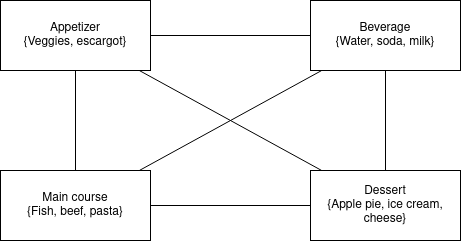
Earlier version of the draw.io export tugascsp.drawio.png (borednuna/College). Source tidied: cells renumbered, new cells last; positions are measured from the earlier drawing's top-left corner, leaving out a move shared by most shapes. Its diagram source:
```xml
<mxGraphModel>
  <root>
    <mxCell id="0" />
    <mxCell id="1" parent="0" />
    <mxCell id="2" value="&lt;div&gt;Appetizer&lt;/div&gt;&lt;div&gt;{Veggies, escargot}&lt;br&gt;&lt;/div&gt;" style="rounded=0;whiteSpace=wrap;html=1;" parent="1" vertex="1">
      <mxGeometry width="150" height="70" as="geometry" />
    </mxCell>
    <mxCell id="3" value="&lt;div&gt;Beverage&lt;/div&gt;&lt;div&gt;{Water, soda, milk}&lt;br&gt;&lt;/div&gt;" style="rounded=0;whiteSpace=wrap;html=1;" parent="1" vertex="1">
      <mxGeometry x="310" width="150" height="70" as="geometry" />
    </mxCell>
    <mxCell id="4" value="&lt;div&gt;Main course&lt;/div&gt;&lt;div&gt;{Fish, beef, pasta}&lt;br&gt;&lt;/div&gt;" style="rounded=0;whiteSpace=wrap;html=1;" parent="1" vertex="1">
      <mxGeometry y="170" width="150" height="70" as="geometry" />
    </mxCell>
    <mxCell id="5" value="&lt;div&gt;Dessert&lt;/div&gt;&lt;div&gt;{Apple pie, ice cream, cheese}&lt;br&gt;&lt;/div&gt;" style="rounded=0;whiteSpace=wrap;html=1;" parent="1" vertex="1">
      <mxGeometry x="310" y="170" width="150" height="70" as="geometry" />
    </mxCell>
    <mxCell id="6" style="endArrow=none;html=1;rounded=0;" parent="1" edge="1" source="4" target="2">
      <mxGeometry relative="1" as="geometry" />
    </mxCell>
    <mxCell id="7" style="endArrow=none;html=1;rounded=0;" parent="1" edge="1" source="2" target="3">
      <mxGeometry relative="1" as="geometry" />
    </mxCell>
    <mxCell id="8" style="endArrow=none;html=1;rounded=0;" parent="1" edge="1" source="4" target="5">
      <mxGeometry relative="1" as="geometry" />
    </mxCell>
    <mxCell id="9" style="endArrow=none;html=1;rounded=0;" parent="1" edge="1" source="5" target="3">
      <mxGeometry relative="1" as="geometry" />
    </mxCell>
    <mxCell id="10" style="endArrow=none;html=1;rounded=0;" parent="1" edge="1" source="4" target="3">
      <mxGeometry relative="1" as="geometry" />
    </mxCell>
    <mxCell id="11" style="endArrow=none;html=1;rounded=0;" parent="1" edge="1" source="5" target="2">
      <mxGeometry relative="1" as="geometry" />
    </mxCell>
  </root>
</mxGraphModel>
```
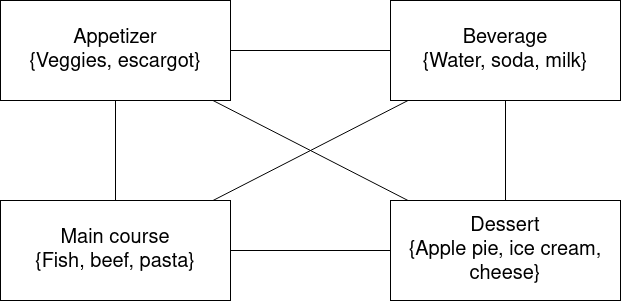
After the change.

The edit, as a diff of the source:
```diff
@@ -2,34 +2,34 @@
   <root>
     <mxCell id="0" />
     <mxCell id="1" parent="0" />
-    <mxCell id="2" value="&lt;div&gt;Appetizer&lt;/div&gt;&lt;div&gt;{Veggies, escargot}&lt;br&gt;&lt;/div&gt;" style="rounded=0;whiteSpace=wrap;html=1;" parent="1" vertex="1">
-      <mxGeometry width="150" height="70" as="geometry" />
+    <mxCell id="2" value="&lt;div style=&quot;font-size: 20px;&quot;&gt;Appetizer&lt;/div&gt;&lt;div style=&quot;font-size: 20px;&quot;&gt;{Veggies, escargot}&lt;br style=&quot;font-size: 20px;&quot;&gt;&lt;/div&gt;" style="rounded=0;whiteSpace=wrap;html=1;fontFamily=Helvetica;fontSize=20;" parent="1" vertex="1">
+      <mxGeometry x="-80" y="-30" width="230" height="100" as="geometry" />
     </mxCell>
-    <mxCell id="3" value="&lt;div&gt;Beverage&lt;/div&gt;&lt;div&gt;{Water, soda, milk}&lt;br&gt;&lt;/div&gt;" style="rounded=0;whiteSpace=wrap;html=1;" parent="1" vertex="1">
-      <mxGeometry x="310" width="150" height="70" as="geometry" />
+    <mxCell id="3" value="&lt;div style=&quot;font-size: 20px;&quot;&gt;Beverage&lt;/div&gt;&lt;div style=&quot;font-size: 20px;&quot;&gt;{Water, soda, milk}&lt;br style=&quot;font-size: 20px;&quot;&gt;&lt;/div&gt;" style="rounded=0;whiteSpace=wrap;html=1;fontFamily=Helvetica;fontSize=20;" parent="1" vertex="1">
+      <mxGeometry x="310" y="-30" width="230" height="100" as="geometry" />
     </mxCell>
-    <mxCell id="4" value="&lt;div&gt;Main course&lt;/div&gt;&lt;div&gt;{Fish, beef, pasta}&lt;br&gt;&lt;/div&gt;" style="rounded=0;whiteSpace=wrap;html=1;" parent="1" vertex="1">
-      <mxGeometry y="170" width="150" height="70" as="geometry" />
+    <mxCell id="4" value="&lt;div style=&quot;font-size: 20px;&quot;&gt;Main course&lt;/div&gt;&lt;div style=&quot;font-size: 20px;&quot;&gt;{Fish, beef, pasta}&lt;br style=&quot;font-size: 20px;&quot;&gt;&lt;/div&gt;" style="rounded=0;whiteSpace=wrap;html=1;fontFamily=Helvetica;fontSize=20;" parent="1" vertex="1">
+      <mxGeometry x="-80" y="170" width="230" height="100" as="geometry" />
     </mxCell>
-    <mxCell id="5" value="&lt;div&gt;Dessert&lt;/div&gt;&lt;div&gt;{Apple pie, ice cream, cheese}&lt;br&gt;&lt;/div&gt;" style="rounded=0;whiteSpace=wrap;html=1;" parent="1" vertex="1">
-      <mxGeometry x="310" y="170" width="150" height="70" as="geometry" />
+    <mxCell id="5" value="&lt;div style=&quot;font-size: 20px;&quot;&gt;Dessert&lt;/div&gt;&lt;div style=&quot;font-size: 20px;&quot;&gt;{Apple pie, ice cream, cheese}&lt;br style=&quot;font-size: 20px;&quot;&gt;&lt;/div&gt;" style="rounded=0;whiteSpace=wrap;html=1;fontFamily=Helvetica;fontSize=20;" parent="1" vertex="1">
+      <mxGeometry x="310" y="170" width="230" height="100" as="geometry" />
     </mxCell>
-    <mxCell id="6" style="endArrow=none;html=1;rounded=0;" parent="1" edge="1" source="4" target="2">
+    <mxCell id="6" style="endArrow=none;html=1;rounded=0;fontFamily=Helvetica;fontSize=20;" parent="1" edge="1" source="4" target="2">
       <mxGeometry relative="1" as="geometry" />
     </mxCell>
-    <mxCell id="7" style="endArrow=none;html=1;rounded=0;" parent="1" edge="1" source="2" target="3">
+    <mxCell id="7" style="endArrow=none;html=1;rounded=0;fontFamily=Helvetica;fontSize=20;" parent="1" edge="1" source="2" target="3">
       <mxGeometry relative="1" as="geometry" />
     </mxCell>
-    <mxCell id="8" style="endArrow=none;html=1;rounded=0;" parent="1" edge="1" source="4" target="5">
+    <mxCell id="8" style="endArrow=none;html=1;rounded=0;fontFamily=Helvetica;fontSize=20;" parent="1" edge="1" source="4" target="5">
       <mxGeometry relative="1" as="geometry" />
     </mxCell>
-    <mxCell id="9" style="endArrow=none;html=1;rounded=0;" parent="1" edge="1" source="5" target="3">
+    <mxCell id="9" style="endArrow=none;html=1;rounded=0;fontFamily=Helvetica;fontSize=20;" parent="1" edge="1" source="5" target="3">
       <mxGeometry relative="1" as="geometry" />
     </mxCell>
-    <mxCell id="10" style="endArrow=none;html=1;rounded=0;" parent="1" edge="1" source="4" target="3">
+    <mxCell id="10" style="endArrow=none;html=1;rounded=0;fontFamily=Helvetica;fontSize=20;" parent="1" edge="1" source="4" target="3">
       <mxGeometry relative="1" as="geometry" />
     </mxCell>
-    <mxCell id="11" style="endArrow=none;html=1;rounded=0;" parent="1" edge="1" source="5" target="2">
+    <mxCell id="11" style="endArrow=none;html=1;rounded=0;fontFamily=Helvetica;fontSize=20;" parent="1" edge="1" source="5" target="2">
       <mxGeometry relative="1" as="geometry" />
     </mxCell>
   </root>
```
